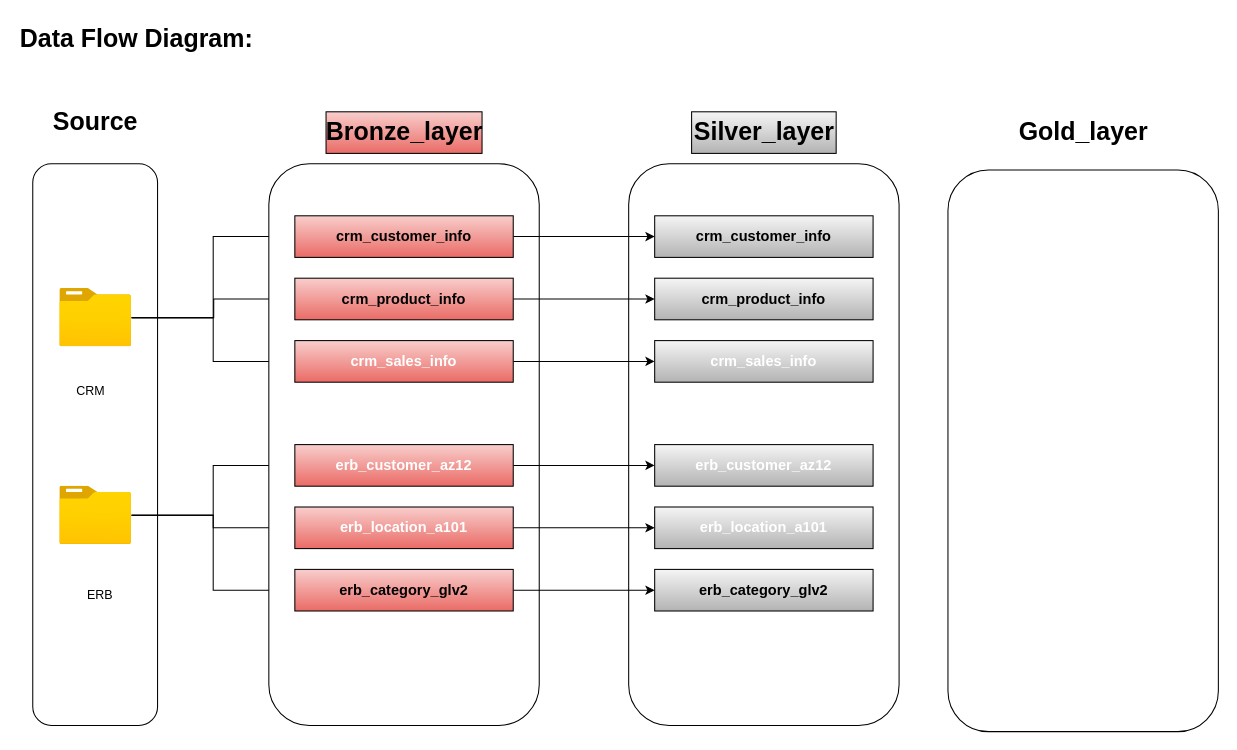
This is images/Data_flow diagram.drawio from A-T-ELgammal/data-warehouse-analysis-ETL-EDA-SQL-analysis-, a draw.io file, before an edit. Source tidied: cells renumbered, new cells numbered last; positions are measured from the earlier drawing's top-left corner, leaving out a move shared by most shapes. Both pictures are drawn from the tidied source at 104%, with x=0, y=0 at pixel (18, 18).
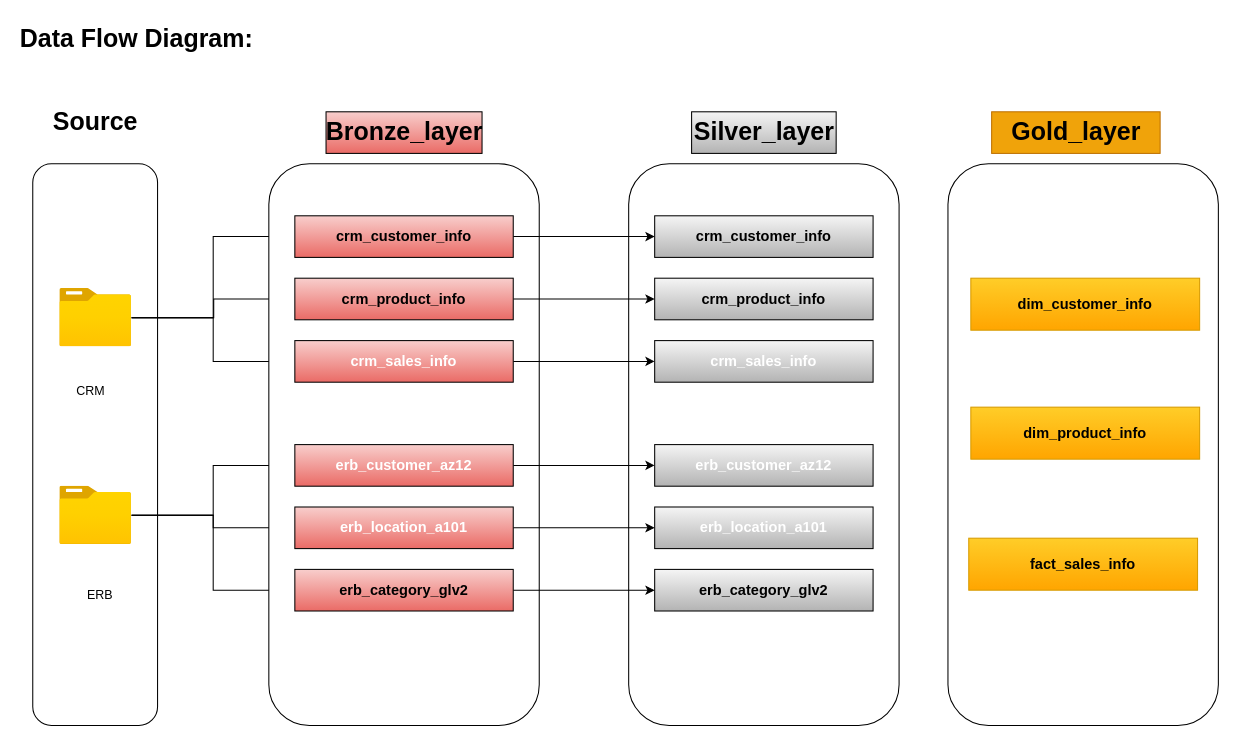
The same diagram, later.

Commit message (it also covers changes not shown here):
full-data-flow-diagram

Change to the diagram source:
```diff
@@
     <mxCell id="16" style="rounded=1;whiteSpace=wrap;html=1;" parent="1" vertex="1">
-      <mxGeometry x="894" y="146" width="260" height="540" as="geometry" />
+      <mxGeometry x="894" y="140" width="260" height="540" as="geometry" />
     </mxCell>
@@
-    <mxCell id="19" value="Gold_layer" style="text;html=1;fontSize=24;fontStyle=1;verticalAlign=middle;align=center;fillColor=none;strokeWidth=1;" parent="1" vertex="1">
-      <mxGeometry x="974" y="90" width="100" height="40" as="geometry" />
+    <mxCell id="19" value="Gold_layer" style="text;html=1;fontSize=24;fontStyle=1;verticalAlign=middle;align=center;fillColor=#f0a30a;strokeWidth=1;strokeColor=#BD7000;fontColor=#000000;" parent="1" vertex="1">
+      <mxGeometry x="936" y="90" width="162" height="40" as="geometry" />
     </mxCell>
@@
+    <mxCell id="39" value="&lt;font style=&quot;font-size: 14px; color: rgb(0, 0, 0);&quot;&gt;&lt;b&gt;dim_customer_info&lt;/b&gt;&lt;/font&gt;" style="rounded=0;whiteSpace=wrap;html=1;fillColor=#ffcd28;strokeColor=#d79b00;gradientColor=#ffa500;" parent="1" vertex="1">
+      <mxGeometry x="916" y="250" width="220" height="50" as="geometry" />
+    </mxCell>
+    <mxCell id="40" value="&lt;font style=&quot;font-size: 14px; color: rgb(0, 0, 0);&quot;&gt;&lt;b&gt;dim_product_info&lt;/b&gt;&lt;/font&gt;" style="rounded=0;whiteSpace=wrap;html=1;fillColor=#ffcd28;strokeColor=#d79b00;gradientColor=#ffa500;" parent="1" vertex="1">
+      <mxGeometry x="916" y="374" width="220" height="50" as="geometry" />
+    </mxCell>
+    <mxCell id="41" value="&lt;font style=&quot;font-size: 14px; color: rgb(0, 0, 0);&quot;&gt;&lt;b&gt;fact_sales_info&lt;/b&gt;&lt;/font&gt;" style="rounded=0;whiteSpace=wrap;html=1;fillColor=#ffcd28;strokeColor=#d79b00;gradientColor=#ffa500;" parent="1" vertex="1">
+      <mxGeometry x="914" y="500" width="220" height="50" as="geometry" />
+    </mxCell>
```
